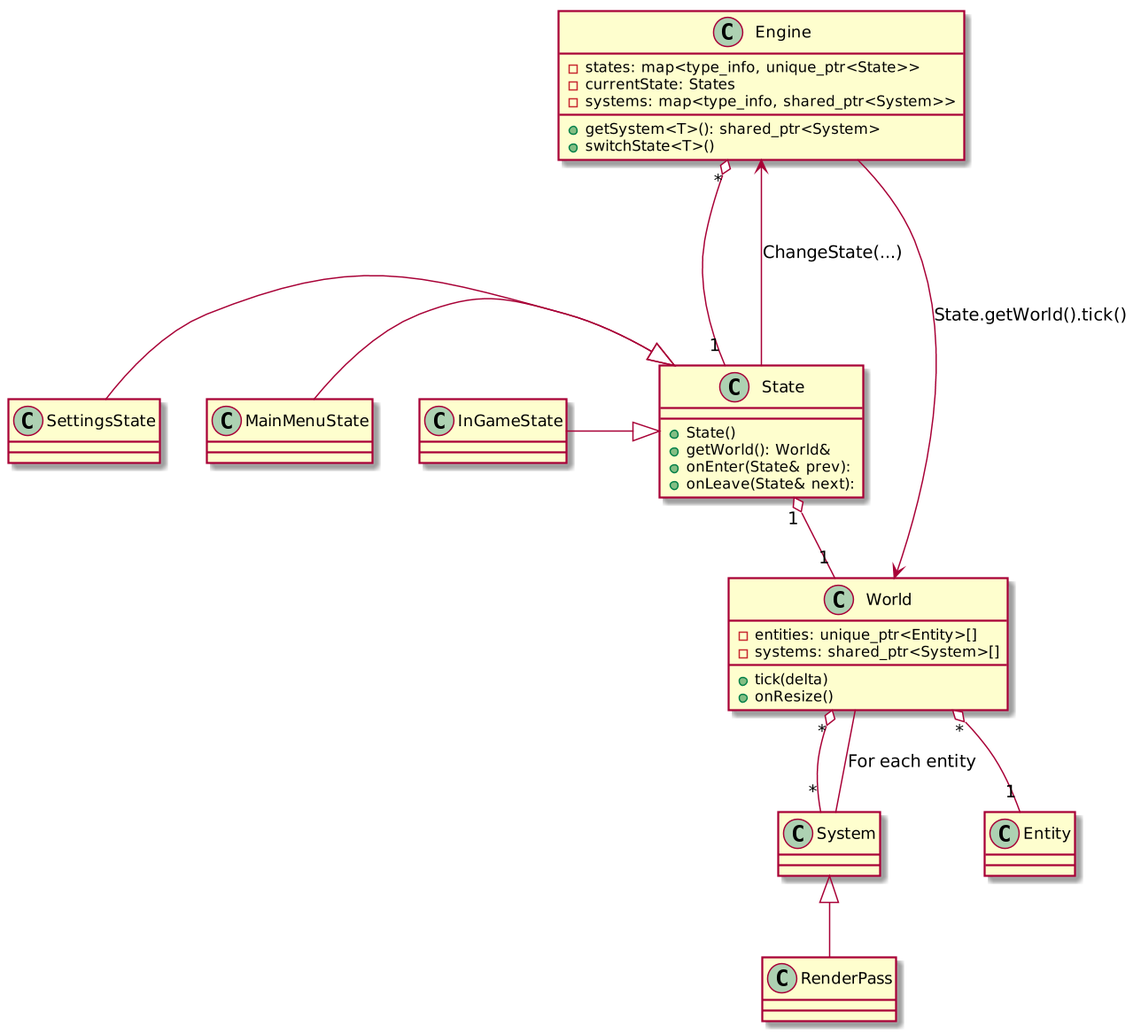
Earlier version of the PlantUML export docs/States.png (Vild/TrigonOverthrow). The source it was exported from:
```plantuml
@startuml
scale 1.5
class World {
+tick(delta)
+onResize()

-entities: unique_ptr<Entity>[]
-systems: shared_ptr<System>[]
}

class State {
+State()
+getWorld(): World&
+onEnter(State& prev):
+onLeave(State& next):
}

class MainMenuState
class SettingsState
class InGameState
State <|-left- MainMenuState
State <|-left- SettingsState
State <|-left- InGameState

class Engine {
-states: map<type_info, unique_ptr<State>>
-currentState: States
-systems: map<type_info, shared_ptr<System>>

+getSystem<T>(): shared_ptr<System>
+switchState<T>()
}
class System
class RenderPass extends System
class Entity

Engine --> World : State.getWorld().tick()

World "*" o-- "1" Entity

Engine "*" o--- "1" State

World "*" o-- "*" System

System -- World : For each entity

State "1" o-- "1" World

State -up-> Engine : ChangeState(...)

@enduml
```
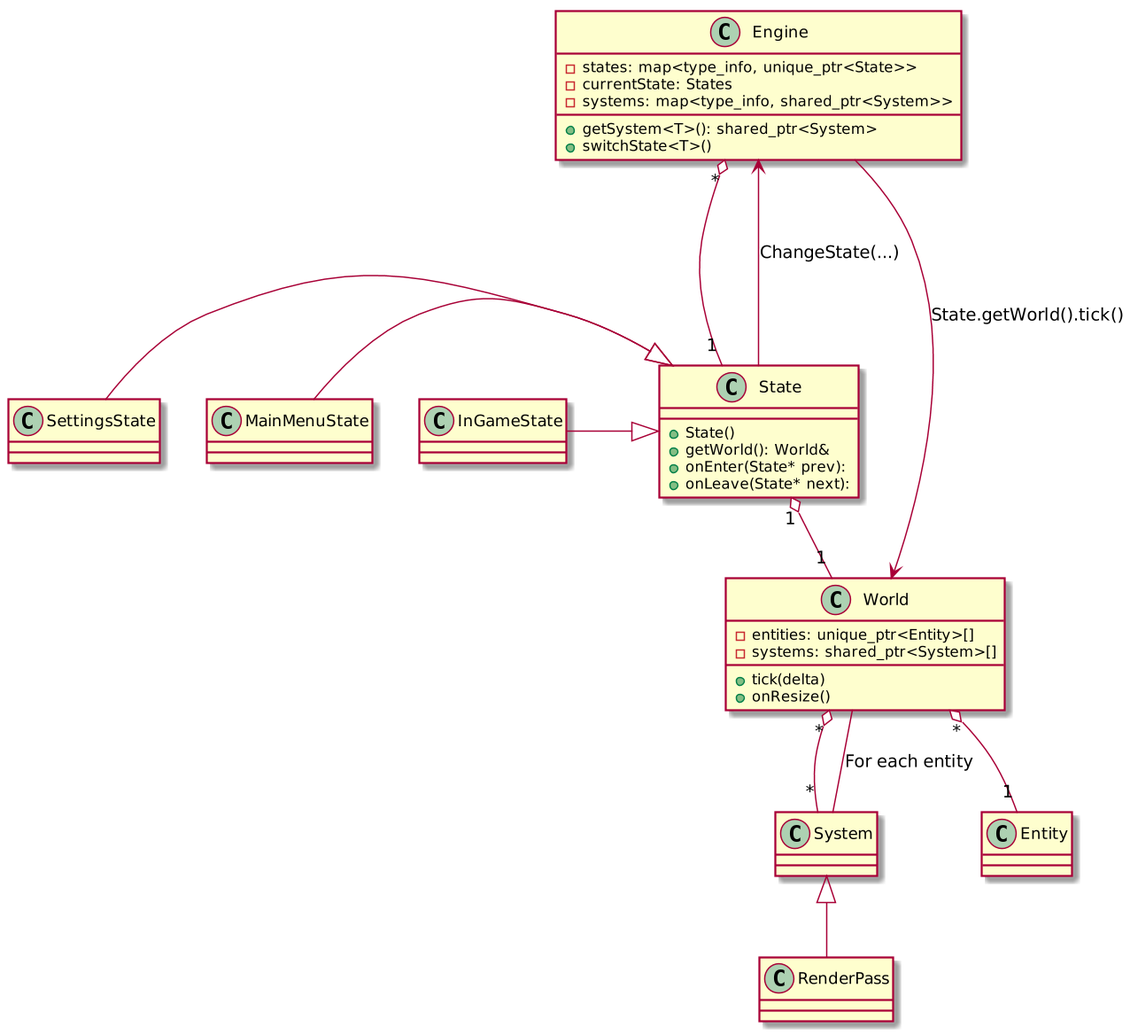
The same file after the commit.

Diff of the diagram source:
```diff
@@ -11,8 +11,8 @@
 class State {
 +State()
 +getWorld(): World&
-+onEnter(State& prev):
-+onLeave(State& next):
++onEnter(State* prev):
++onLeave(State* next):
 }
 
 class MainMenuState
```
